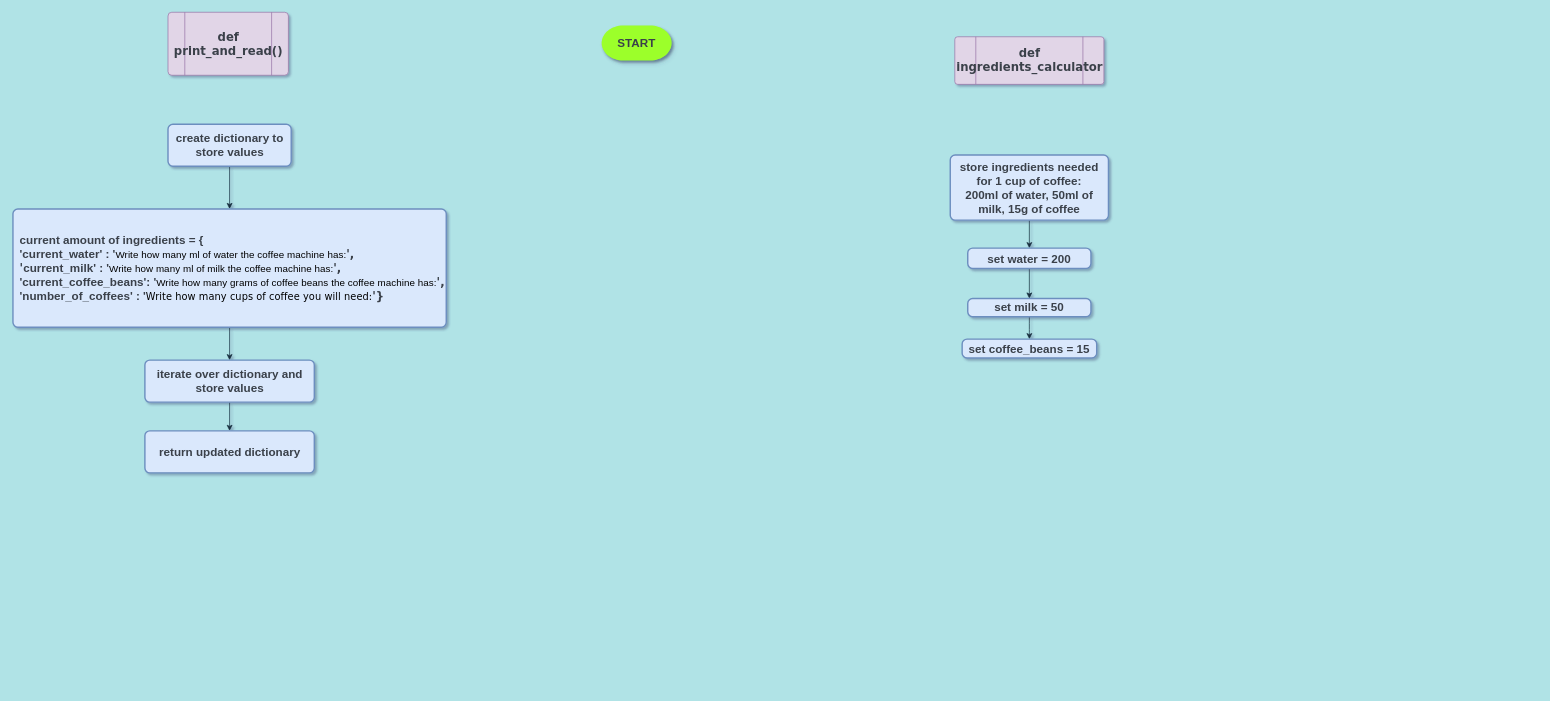
This is python/Medium/Coffee Machine.drawio from akshay-ken/python, a draw.io file, before an edit. Source tidied: cells renumbered, new cells numbered last; positions are measured from the earlier drawing's top-left corner, leaving out a move shared by most shapes. Both pictures are drawn from the tidied source at 70%, with x=0, y=0 at pixel (13, 12).
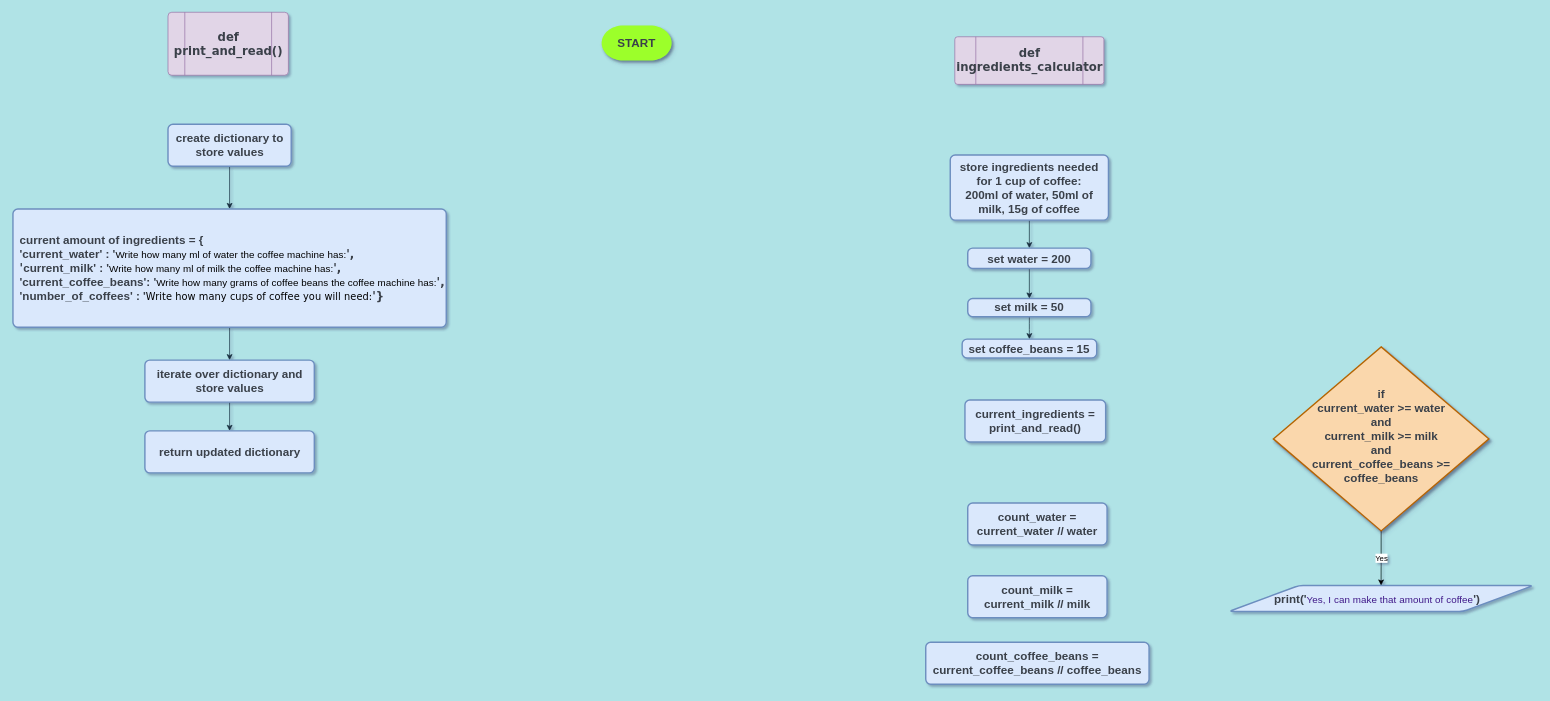
Above is the later version.

Change to the diagram source:
```diff
@@
+    <mxCell id="19" value="Yes" style="edgeStyle=orthogonalEdgeStyle;rounded=0;jettySize=auto;html=1;" parent="1" edge="1" source="20" target="22">
+      <mxGeometry relative="1" as="geometry" />
+    </mxCell>
+    <mxCell id="20" value="&lt;span data-lucid-content=&quot;{&amp;#34;t&amp;#34;:&amp;#34;if user_action == '!exit'&amp;#34;,&amp;#34;m&amp;#34;:[{&amp;#34;s&amp;#34;:0,&amp;#34;n&amp;#34;:&amp;#34;a&amp;#34;,&amp;#34;v&amp;#34;:&amp;#34;center&amp;#34;},{&amp;#34;s&amp;#34;:0,&amp;#34;n&amp;#34;:&amp;#34;f&amp;#34;,&amp;#34;v&amp;#34;:&amp;#34;Orbitron&amp;#34;,&amp;#34;e&amp;#34;:25},{&amp;#34;s&amp;#34;:0,&amp;#34;n&amp;#34;:&amp;#34;fc&amp;#34;,&amp;#34;v&amp;#34;:&amp;#34;Bold&amp;#34;,&amp;#34;e&amp;#34;:25},{&amp;#34;s&amp;#34;:0,&amp;#34;n&amp;#34;:&amp;#34;fid&amp;#34;,&amp;#34;v&amp;#34;:1706,&amp;#34;e&amp;#34;:25},{&amp;#34;s&amp;#34;:0,&amp;#34;n&amp;#34;:&amp;#34;b&amp;#34;,&amp;#34;v&amp;#34;:true,&amp;#34;e&amp;#34;:25},{&amp;#34;s&amp;#34;:0,&amp;#34;n&amp;#34;:&amp;#34;s&amp;#34;,&amp;#34;v&amp;#34;:22.222222222222218,&amp;#34;e&amp;#34;:25},{&amp;#34;s&amp;#34;:0,&amp;#34;n&amp;#34;:&amp;#34;c&amp;#34;,&amp;#34;v&amp;#34;:&amp;#34;3a414aff&amp;#34;,&amp;#34;e&amp;#34;:25}]}&quot;&gt;&lt;span style=&quot;font-weight: bold ; font-size: 16.6667px ; color: rgb(58 , 65 , 74)&quot;&gt;if&lt;br&gt;current_water &amp;gt;= water&lt;br&gt;and&lt;br&gt;current_milk &amp;gt;= milk&lt;br&gt;and&lt;br&gt;current_coffee_beans &amp;gt;= coffee_beans&lt;/span&gt;&lt;/span&gt;" style="strokeWidth=2;html=1;shape=mxgraph.flowchart.decision;shadow=1;sketch=0;fontFamily=Helvetica;fontSize=11;verticalAlign=middle;labelPosition=center;verticalLabelPosition=middle;align=center;labelBackgroundColor=none;labelBorderColor=none;whiteSpace=wrap;spacing=0;spacingTop=-10;spacingLeft=24;spacingRight=24;spacingBottom=0;fillColor=#fad7ac;strokeColor=#b46504;" parent="1" vertex="1">
+      <mxGeometry x="1800.6" y="478" width="308" height="263" as="geometry" />
+    </mxCell>
+    <mxCell id="21" value="&lt;span data-lucid-content=&quot;{&amp;#34;t&amp;#34;:&amp;#34;set starting_poin = 0&amp;#34;,&amp;#34;m&amp;#34;:[{&amp;#34;s&amp;#34;:0,&amp;#34;n&amp;#34;:&amp;#34;a&amp;#34;,&amp;#34;v&amp;#34;:&amp;#34;center&amp;#34;},{&amp;#34;s&amp;#34;:0,&amp;#34;n&amp;#34;:&amp;#34;p&amp;#34;,&amp;#34;v&amp;#34;:1.2},{&amp;#34;s&amp;#34;:0,&amp;#34;n&amp;#34;:&amp;#34;b&amp;#34;,&amp;#34;v&amp;#34;:true,&amp;#34;e&amp;#34;:21},{&amp;#34;s&amp;#34;:0,&amp;#34;n&amp;#34;:&amp;#34;c&amp;#34;,&amp;#34;v&amp;#34;:&amp;#34;3a414aff&amp;#34;,&amp;#34;e&amp;#34;:21},{&amp;#34;s&amp;#34;:0,&amp;#34;n&amp;#34;:&amp;#34;f&amp;#34;,&amp;#34;v&amp;#34;:&amp;#34;Orbitron&amp;#34;,&amp;#34;e&amp;#34;:21},{&amp;#34;s&amp;#34;:0,&amp;#34;n&amp;#34;:&amp;#34;fc&amp;#34;,&amp;#34;v&amp;#34;:&amp;#34;Bold&amp;#34;,&amp;#34;e&amp;#34;:21},{&amp;#34;s&amp;#34;:0,&amp;#34;n&amp;#34;:&amp;#34;fid&amp;#34;,&amp;#34;v&amp;#34;:1706,&amp;#34;e&amp;#34;:21},{&amp;#34;s&amp;#34;:0,&amp;#34;n&amp;#34;:&amp;#34;s&amp;#34;,&amp;#34;v&amp;#34;:22.222222222222218,&amp;#34;e&amp;#34;:21}]}&quot;&gt;&lt;span style=&quot;font-weight: bold ; color: rgb(58 , 65 , 74) ; font-size: 16.6667px&quot;&gt;current_ingredients = print_and_read()&lt;/span&gt;&lt;/span&gt;" style="rounded=1;whiteSpace=wrap;html=1;absoluteArcSize=1;arcSize=14;strokeWidth=2;fillColor=#dae8fc;strokeColor=#6c8ebf;labelBackgroundColor=none;labelBorderColor=none;fontFamily=Helvetica;fontSize=14;fontColor=default;" parent="1" vertex="1">
+      <mxGeometry x="1360" y="554" width="201" height="60" as="geometry" />
+    </mxCell>
+    <mxCell id="22" value="&lt;span data-lucid-content=&quot;{&amp;#34;t&amp;#34;:&amp;#34;print('Hello {name}')&amp;#34;,&amp;#34;m&amp;#34;:[{&amp;#34;s&amp;#34;:0,&amp;#34;n&amp;#34;:&amp;#34;a&amp;#34;,&amp;#34;v&amp;#34;:&amp;#34;center&amp;#34;},{&amp;#34;s&amp;#34;:0,&amp;#34;n&amp;#34;:&amp;#34;f&amp;#34;,&amp;#34;v&amp;#34;:&amp;#34;Orbitron&amp;#34;,&amp;#34;e&amp;#34;:21},{&amp;#34;s&amp;#34;:0,&amp;#34;n&amp;#34;:&amp;#34;fc&amp;#34;,&amp;#34;v&amp;#34;:&amp;#34;Bold&amp;#34;,&amp;#34;e&amp;#34;:21},{&amp;#34;s&amp;#34;:0,&amp;#34;n&amp;#34;:&amp;#34;fid&amp;#34;,&amp;#34;v&amp;#34;:1706,&amp;#34;e&amp;#34;:21},{&amp;#34;s&amp;#34;:0,&amp;#34;n&amp;#34;:&amp;#34;b&amp;#34;,&amp;#34;v&amp;#34;:true,&amp;#34;e&amp;#34;:21},{&amp;#34;s&amp;#34;:0,&amp;#34;n&amp;#34;:&amp;#34;s&amp;#34;,&amp;#34;v&amp;#34;:22.222222222222218,&amp;#34;e&amp;#34;:21},{&amp;#34;s&amp;#34;:0,&amp;#34;n&amp;#34;:&amp;#34;c&amp;#34;,&amp;#34;v&amp;#34;:&amp;#34;3a414aff&amp;#34;,&amp;#34;e&amp;#34;:21}]}&quot;&gt;&lt;span style=&quot;font-weight: bold ; font-size: 16.6667px ; color: rgb(58 , 65 , 74)&quot;&gt;print('&lt;/span&gt;&lt;span style=&quot;color: rgb(63 , 24 , 136) ; font-size: 14px ; letter-spacing: 0.1px ; text-align: left&quot;&gt;Yes, I can make that amount of coffee&lt;/span&gt;&lt;span style=&quot;font-weight: bold ; font-size: 16.6667px ; color: rgb(58 , 65 , 74)&quot;&gt;')&lt;/span&gt;&lt;/span&gt;" style="shape=parallelogram;html=1;strokeWidth=2;perimeter=parallelogramPerimeter;whiteSpace=wrap;rounded=1;arcSize=12;size=0.23;labelBackgroundColor=none;labelBorderColor=none;comic=0;fontFamily=Helvetica;fontSize=12;fillColor=#dae8fc;strokeColor=#6c8ebf;spacing=0;spacingLeft=-11;" parent="1" vertex="1">
+      <mxGeometry x="1737" y="819" width="435" height="37" as="geometry" />
+    </mxCell>
+    <mxCell id="23" value="&lt;span data-lucid-content=&quot;{&amp;#34;t&amp;#34;:&amp;#34;set starting_poin = 0&amp;#34;,&amp;#34;m&amp;#34;:[{&amp;#34;s&amp;#34;:0,&amp;#34;n&amp;#34;:&amp;#34;a&amp;#34;,&amp;#34;v&amp;#34;:&amp;#34;center&amp;#34;},{&amp;#34;s&amp;#34;:0,&amp;#34;n&amp;#34;:&amp;#34;p&amp;#34;,&amp;#34;v&amp;#34;:1.2},{&amp;#34;s&amp;#34;:0,&amp;#34;n&amp;#34;:&amp;#34;b&amp;#34;,&amp;#34;v&amp;#34;:true,&amp;#34;e&amp;#34;:21},{&amp;#34;s&amp;#34;:0,&amp;#34;n&amp;#34;:&amp;#34;c&amp;#34;,&amp;#34;v&amp;#34;:&amp;#34;3a414aff&amp;#34;,&amp;#34;e&amp;#34;:21},{&amp;#34;s&amp;#34;:0,&amp;#34;n&amp;#34;:&amp;#34;f&amp;#34;,&amp;#34;v&amp;#34;:&amp;#34;Orbitron&amp;#34;,&amp;#34;e&amp;#34;:21},{&amp;#34;s&amp;#34;:0,&amp;#34;n&amp;#34;:&amp;#34;fc&amp;#34;,&amp;#34;v&amp;#34;:&amp;#34;Bold&amp;#34;,&amp;#34;e&amp;#34;:21},{&amp;#34;s&amp;#34;:0,&amp;#34;n&amp;#34;:&amp;#34;fid&amp;#34;,&amp;#34;v&amp;#34;:1706,&amp;#34;e&amp;#34;:21},{&amp;#34;s&amp;#34;:0,&amp;#34;n&amp;#34;:&amp;#34;s&amp;#34;,&amp;#34;v&amp;#34;:22.222222222222218,&amp;#34;e&amp;#34;:21}]}&quot;&gt;&lt;span style=&quot;font-weight: bold ; color: rgb(58 , 65 , 74) ; font-size: 16.6667px&quot;&gt;count_water = current_water // water&lt;/span&gt;&lt;/span&gt;" style="rounded=1;whiteSpace=wrap;html=1;absoluteArcSize=1;arcSize=14;strokeWidth=2;fillColor=#dae8fc;strokeColor=#6c8ebf;labelBackgroundColor=none;labelBorderColor=none;fontFamily=Helvetica;fontSize=14;fontColor=default;" parent="1" vertex="1">
+      <mxGeometry x="1364" y="701" width="199" height="60" as="geometry" />
+    </mxCell>
+    <mxCell id="24" value="&lt;span data-lucid-content=&quot;{&amp;#34;t&amp;#34;:&amp;#34;set starting_poin = 0&amp;#34;,&amp;#34;m&amp;#34;:[{&amp;#34;s&amp;#34;:0,&amp;#34;n&amp;#34;:&amp;#34;a&amp;#34;,&amp;#34;v&amp;#34;:&amp;#34;center&amp;#34;},{&amp;#34;s&amp;#34;:0,&amp;#34;n&amp;#34;:&amp;#34;p&amp;#34;,&amp;#34;v&amp;#34;:1.2},{&amp;#34;s&amp;#34;:0,&amp;#34;n&amp;#34;:&amp;#34;b&amp;#34;,&amp;#34;v&amp;#34;:true,&amp;#34;e&amp;#34;:21},{&amp;#34;s&amp;#34;:0,&amp;#34;n&amp;#34;:&amp;#34;c&amp;#34;,&amp;#34;v&amp;#34;:&amp;#34;3a414aff&amp;#34;,&amp;#34;e&amp;#34;:21},{&amp;#34;s&amp;#34;:0,&amp;#34;n&amp;#34;:&amp;#34;f&amp;#34;,&amp;#34;v&amp;#34;:&amp;#34;Orbitron&amp;#34;,&amp;#34;e&amp;#34;:21},{&amp;#34;s&amp;#34;:0,&amp;#34;n&amp;#34;:&amp;#34;fc&amp;#34;,&amp;#34;v&amp;#34;:&amp;#34;Bold&amp;#34;,&amp;#34;e&amp;#34;:21},{&amp;#34;s&amp;#34;:0,&amp;#34;n&amp;#34;:&amp;#34;fid&amp;#34;,&amp;#34;v&amp;#34;:1706,&amp;#34;e&amp;#34;:21},{&amp;#34;s&amp;#34;:0,&amp;#34;n&amp;#34;:&amp;#34;s&amp;#34;,&amp;#34;v&amp;#34;:22.222222222222218,&amp;#34;e&amp;#34;:21}]}&quot;&gt;&lt;span style=&quot;font-weight: bold ; color: rgb(58 , 65 , 74) ; font-size: 16.6667px&quot;&gt;count_milk = current_milk // milk&lt;/span&gt;&lt;/span&gt;" style="rounded=1;whiteSpace=wrap;html=1;absoluteArcSize=1;arcSize=14;strokeWidth=2;fillColor=#dae8fc;strokeColor=#6c8ebf;labelBackgroundColor=none;labelBorderColor=none;fontFamily=Helvetica;fontSize=14;fontColor=default;" parent="1" vertex="1">
+      <mxGeometry x="1364" y="805" width="199" height="60" as="geometry" />
+    </mxCell>
+    <mxCell id="25" value="&lt;span data-lucid-content=&quot;{&amp;#34;t&amp;#34;:&amp;#34;set starting_poin = 0&amp;#34;,&amp;#34;m&amp;#34;:[{&amp;#34;s&amp;#34;:0,&amp;#34;n&amp;#34;:&amp;#34;a&amp;#34;,&amp;#34;v&amp;#34;:&amp;#34;center&amp;#34;},{&amp;#34;s&amp;#34;:0,&amp;#34;n&amp;#34;:&amp;#34;p&amp;#34;,&amp;#34;v&amp;#34;:1.2},{&amp;#34;s&amp;#34;:0,&amp;#34;n&amp;#34;:&amp;#34;b&amp;#34;,&amp;#34;v&amp;#34;:true,&amp;#34;e&amp;#34;:21},{&amp;#34;s&amp;#34;:0,&amp;#34;n&amp;#34;:&amp;#34;c&amp;#34;,&amp;#34;v&amp;#34;:&amp;#34;3a414aff&amp;#34;,&amp;#34;e&amp;#34;:21},{&amp;#34;s&amp;#34;:0,&amp;#34;n&amp;#34;:&amp;#34;f&amp;#34;,&amp;#34;v&amp;#34;:&amp;#34;Orbitron&amp;#34;,&amp;#34;e&amp;#34;:21},{&amp;#34;s&amp;#34;:0,&amp;#34;n&amp;#34;:&amp;#34;fc&amp;#34;,&amp;#34;v&amp;#34;:&amp;#34;Bold&amp;#34;,&amp;#34;e&amp;#34;:21},{&amp;#34;s&amp;#34;:0,&amp;#34;n&amp;#34;:&amp;#34;fid&amp;#34;,&amp;#34;v&amp;#34;:1706,&amp;#34;e&amp;#34;:21},{&amp;#34;s&amp;#34;:0,&amp;#34;n&amp;#34;:&amp;#34;s&amp;#34;,&amp;#34;v&amp;#34;:22.222222222222218,&amp;#34;e&amp;#34;:21}]}&quot;&gt;&lt;span style=&quot;font-weight: bold ; color: rgb(58 , 65 , 74) ; font-size: 16.6667px&quot;&gt;count_coffee_beans = current_coffee_beans // coffee_beans&lt;/span&gt;&lt;/span&gt;" style="rounded=1;whiteSpace=wrap;html=1;absoluteArcSize=1;arcSize=14;strokeWidth=2;fillColor=#dae8fc;strokeColor=#6c8ebf;labelBackgroundColor=none;labelBorderColor=none;fontFamily=Helvetica;fontSize=14;fontColor=default;" parent="1" vertex="1">
+      <mxGeometry x="1304" y="900" width="319" height="60" as="geometry" />
+    </mxCell>
```
